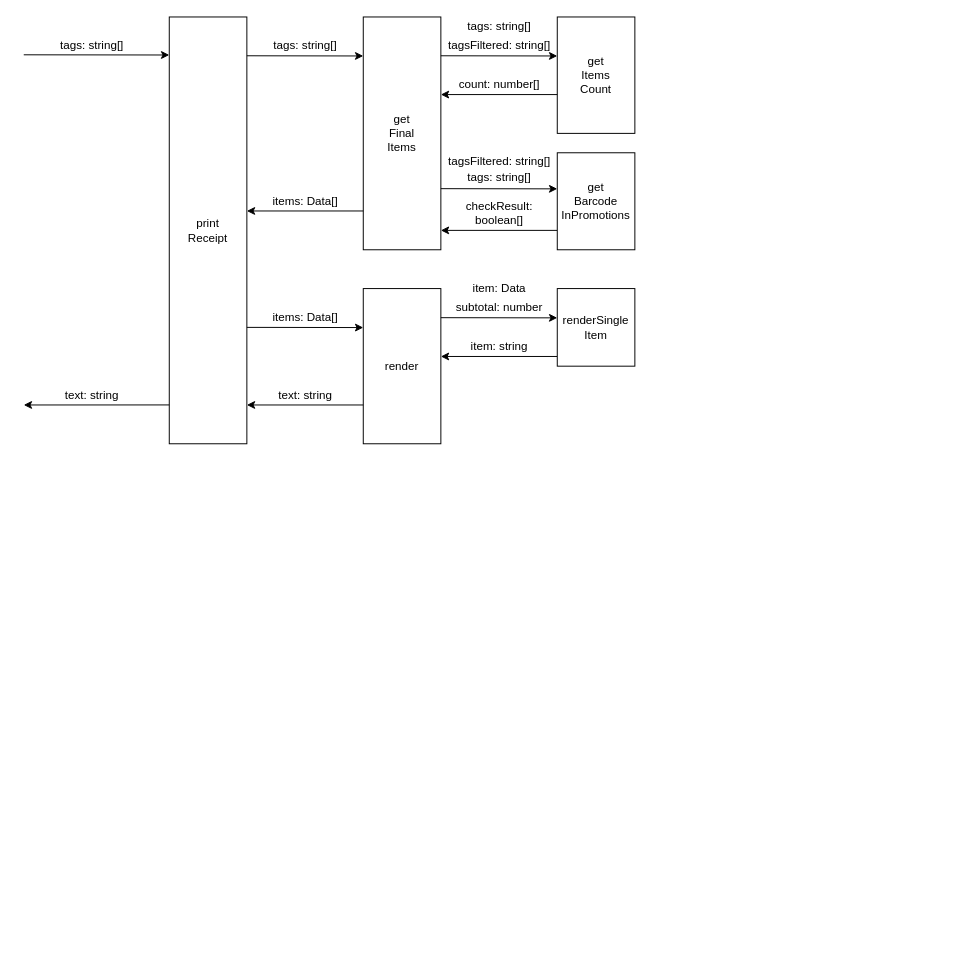
This is thoughtswork/pos.drawio from DDDAZ/demo, a draw.io file, before an edit. Source tidied: cells renumbered, new cells numbered last; positions are measured from the earlier drawing's top-left corner, leaving out a move shared by most shapes. Both pictures are drawn from the tidied source at 97%, with x=0, y=0 at pixel (23, 16).
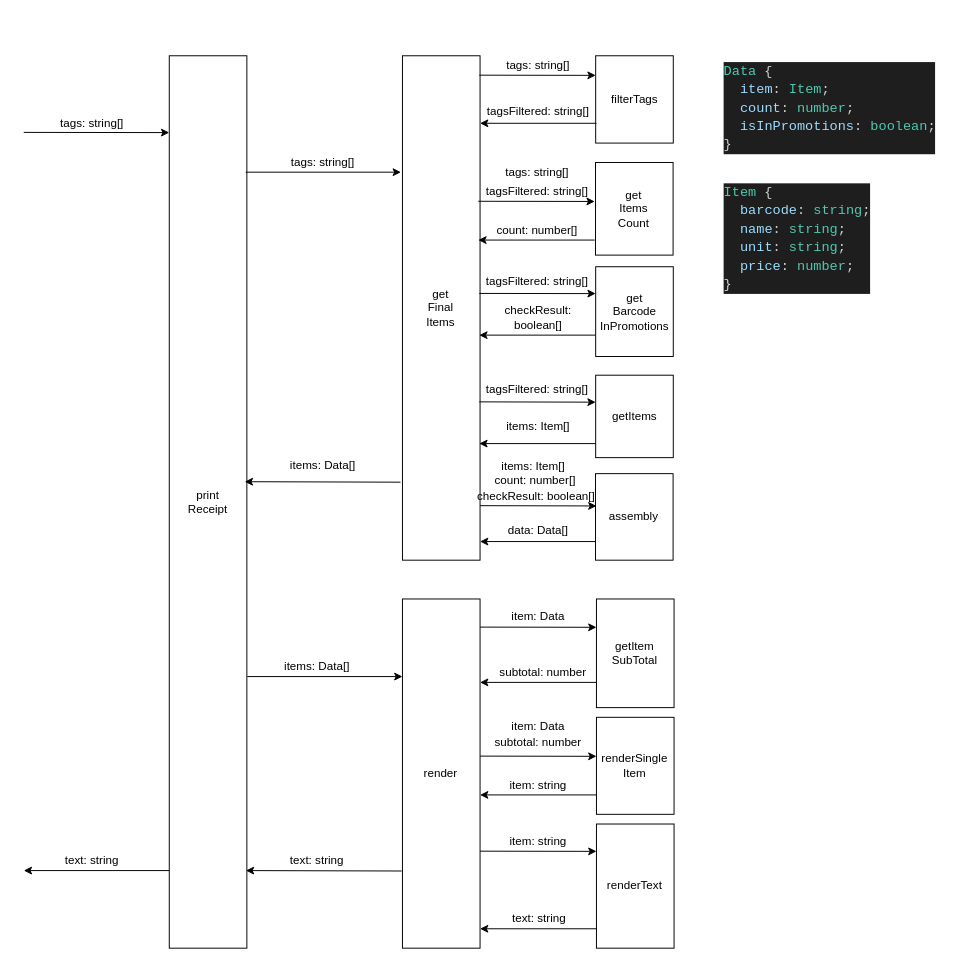
Above is the later version.

What changed in the source:
```diff
@@
     <mxCell id="2" value="print&lt;br&gt;Receipt" style="rounded=0;whiteSpace=wrap;html=1;" parent="1" vertex="1">
-      <mxGeometry x="150" width="80" height="440" as="geometry" />
+      <mxGeometry x="150" y="40" width="80" height="920" as="geometry" />
     </mxCell>
     <mxCell id="3" style="endArrow=classic;html=1;entryX=-0.033;entryY=0.096;entryDx=0;entryDy=0;entryPerimeter=0;" parent="1" edge="1">
       <mxGeometry relative="1" as="geometry">
-        <mxPoint y="39" as="sourcePoint" />
-        <mxPoint x="150" y="39.2" as="targetPoint" />
+        <mxPoint y="119" as="sourcePoint" />
+        <mxPoint x="150" y="119.2" as="targetPoint" />
       </mxGeometry>
     </mxCell>
     <mxCell id="4" value="tags: string[]" style="text;html=1;align=center;verticalAlign=middle;" parent="1" vertex="1">
-      <mxGeometry x="30" y="20" width="80" height="20" as="geometry" />
+      <mxGeometry x="30" y="100" width="80" height="20" as="geometry" />
     </mxCell>
-    <mxCell id="5" style="endArrow=classic;html=1;exitX=0;exitY=0.909;exitDx=0;exitDy=0;exitPerimeter=0;" parent="1" edge="1" source="2">
+    <mxCell id="5" style="endArrow=classic;html=1;" parent="1" edge="1">
       <mxGeometry relative="1" as="geometry">
-        <mxPoint y="400" as="targetPoint" />
+        <mxPoint x="150" y="880" as="sourcePoint" />
+        <mxPoint y="880" as="targetPoint" />
       </mxGeometry>
     </mxCell>
     <mxCell id="6" value="text: string" style="text;html=1;align=center;verticalAlign=middle;" parent="1" vertex="1">
-      <mxGeometry x="35" y="380" width="70" height="20" as="geometry" />
+      <mxGeometry x="35" y="860" width="70" height="20" as="geometry" />
     </mxCell>
     <mxCell id="7" value="get&lt;br&gt;Final&lt;br&gt;Items" style="rounded=0;whiteSpace=wrap;html=1;" parent="1" vertex="1">
-      <mxGeometry x="350" width="80" height="240" as="geometry" />
+      <mxGeometry x="390.4" y="40" width="80" height="520" as="geometry" />
     </mxCell>
     <mxCell id="8" value="render" style="rounded=0;whiteSpace=wrap;html=1;" parent="1" vertex="1">
-      <mxGeometry x="350" y="280" width="80" height="160" as="geometry" />
+      <mxGeometry x="390.4" y="600" width="80" height="360" as="geometry" />
     </mxCell>
-    <mxCell id="9" style="endArrow=classic;html=1;entryX=-0.033;entryY=0.096;entryDx=0;entryDy=0;entryPerimeter=0;" parent="1" edge="1">
-      <mxGeometry relative="1" as="geometry">
-        <mxPoint x="230" y="40" as="sourcePoint" />
-        <mxPoint x="350" y="40.2" as="targetPoint" />
-      </mxGeometry>
-    </mxCell>
-    <mxCell id="10" style="endArrow=classic;html=1;exitX=0;exitY=0.909;exitDx=0;exitDy=0;exitPerimeter=0;" parent="1" edge="1">
-      <mxGeometry relative="1" as="geometry">
-        <mxPoint x="350" y="200" as="sourcePoint" />
-        <mxPoint x="230" y="200" as="targetPoint" />
-      </mxGeometry>
-    </mxCell>
     <mxCell id="11" value="tags: string[]" style="text;html=1;align=center;verticalAlign=middle;" parent="1" vertex="1">
-      <mxGeometry x="250" y="20" width="80" height="20" as="geometry" />
+      <mxGeometry x="268.1" y="140" width="80" height="20" as="geometry" />
     </mxCell>
     <mxCell id="12" value="items: Data[]" style="text;html=1;align=center;verticalAlign=middle;" parent="1" vertex="1">
-      <mxGeometry x="250" y="180" width="80" height="20" as="geometry" />
+      <mxGeometry x="268.1" y="452.8" width="80" height="20" as="geometry" />
     </mxCell>
-    <mxCell id="13" style="endArrow=classic;html=1;entryX=-0.033;entryY=0.096;entryDx=0;entryDy=0;entryPerimeter=0;" parent="1" edge="1">
+    <mxCell id="13" style="endArrow=classic;html=1;" parent="1" edge="1">
       <mxGeometry relative="1" as="geometry">
-        <mxPoint x="230" y="320" as="sourcePoint" />
-        <mxPoint x="350" y="320.2" as="targetPoint" />
+        <mxPoint x="230.4" y="680" as="sourcePoint" />
+        <mxPoint x="390.4" y="680" as="targetPoint" />
       </mxGeometry>
     </mxCell>
-    <mxCell id="14" style="endArrow=classic;html=1;exitX=0;exitY=0.909;exitDx=0;exitDy=0;exitPerimeter=0;" parent="1" edge="1">
+    <mxCell id="14" style="endArrow=classic;html=1;exitX=-0.01;exitY=0.779;exitDx=0;exitDy=0;exitPerimeter=0;entryX=0.983;entryY=0.9;entryDx=0;entryDy=0;entryPerimeter=0;" parent="1" edge="1" source="8">
       <mxGeometry relative="1" as="geometry">
-        <mxPoint x="350" y="400" as="sourcePoint" />
-        <mxPoint x="230" y="400" as="targetPoint" />
+        <mxPoint x="229" y="880" as="targetPoint" />
       </mxGeometry>
     </mxCell>
     <mxCell id="15" value="text: string" style="text;html=1;align=center;verticalAlign=middle;" parent="1" vertex="1">
-      <mxGeometry x="255" y="380" width="70" height="20" as="geometry" />
+      <mxGeometry x="267.1" y="860" width="70" height="20" as="geometry" />
     </mxCell>
     <mxCell id="16" value="get&lt;br&gt;Items&lt;br&gt;Count" style="rounded=0;whiteSpace=wrap;html=1;" parent="1" vertex="1">
-      <mxGeometry x="550" width="80" height="120" as="geometry" />
+      <mxGeometry x="589.4" y="150" width="80" height="95.5" as="geometry" />
     </mxCell>
     <mxCell id="17" style="endArrow=classic;html=1;entryX=-0.033;entryY=0.096;entryDx=0;entryDy=0;entryPerimeter=0;" parent="1" edge="1">
       <mxGeometry relative="1" as="geometry">
-        <mxPoint x="430" y="40" as="sourcePoint" />
-        <mxPoint x="550" y="40.2" as="targetPoint" />
+        <mxPoint x="468.6" y="190" as="sourcePoint" />
+        <mxPoint x="588.6" y="190.2" as="targetPoint" />
       </mxGeometry>
     </mxCell>
     <mxCell id="18" style="endArrow=classic;html=1;exitX=0;exitY=0.909;exitDx=0;exitDy=0;exitPerimeter=0;" parent="1" edge="1">
       <mxGeometry relative="1" as="geometry">
-        <mxPoint x="550" y="220" as="sourcePoint" />
-        <mxPoint x="430" y="220" as="targetPoint" />
+        <mxPoint x="589.6" y="328" as="sourcePoint" />
+        <mxPoint x="469.6" y="328" as="targetPoint" />
       </mxGeometry>
     </mxCell>
     <mxCell id="19" value="tags: string[]" style="text;html=1;align=center;verticalAlign=middle;" parent="1" vertex="1">
-      <mxGeometry x="450" width="80" height="20" as="geometry" />
+      <mxGeometry x="488.6" y="150" width="80" height="20" as="geometry" />
     </mxCell>
     <mxCell id="20" value="checkResult:&lt;br&gt;boolean[]" style="text;html=1;align=center;verticalAlign=middle;" parent="1" vertex="1">
-      <mxGeometry x="450" y="187" width="80" height="30" as="geometry" />
+      <mxGeometry x="489.6" y="295" width="80" height="30" as="geometry" />
     </mxCell>
     <mxCell id="21" value="get&lt;br&gt;Barcode&lt;br&gt;InPromotions" style="rounded=0;whiteSpace=wrap;html=1;" parent="1" vertex="1">
-      <mxGeometry x="550" y="140" width="80" height="100" as="geometry" />
+      <mxGeometry x="589.6" y="257.5" width="80" height="92.5" as="geometry" />
     </mxCell>
     <mxCell id="22" style="endArrow=classic;html=1;exitX=0;exitY=0.909;exitDx=0;exitDy=0;exitPerimeter=0;" parent="1" edge="1">
       <mxGeometry relative="1" as="geometry">
-        <mxPoint x="550" y="350" as="sourcePoint" />
-        <mxPoint x="430" y="350" as="targetPoint" />
+        <mxPoint x="590.4" y="802" as="sourcePoint" />
+        <mxPoint x="470.4" y="802" as="targetPoint" />
       </mxGeometry>
     </mxCell>
     <mxCell id="23" value="item: string" style="text;html=1;align=center;verticalAlign=middle;" parent="1" vertex="1">
-      <mxGeometry x="455" y="330" width="70" height="20" as="geometry" />
+      <mxGeometry x="495.4" y="782" width="70" height="20" as="geometry" />
     </mxCell>
     <mxCell id="24" value="renderSingle&lt;br&gt;Item" style="rounded=0;whiteSpace=wrap;html=1;" parent="1" vertex="1">
-      <mxGeometry x="550" y="280" width="80" height="80" as="geometry" />
+      <mxGeometry x="590.4" y="722" width="80" height="100" as="geometry" />
     </mxCell>
     <mxCell id="25" style="endArrow=classic;html=1;exitX=0;exitY=0.909;exitDx=0;exitDy=0;exitPerimeter=0;" parent="1" edge="1">
       <mxGeometry relative="1" as="geometry">
-        <mxPoint x="550" y="80" as="sourcePoint" />
-        <mxPoint x="430" y="80" as="targetPoint" />
+        <mxPoint x="588.6" y="230" as="sourcePoint" />
+        <mxPoint x="468.6" y="230" as="targetPoint" />
       </mxGeometry>
     </mxCell>
     <mxCell id="26" value="count: number[]" style="text;html=1;align=center;verticalAlign=middle;" parent="1" vertex="1">
-      <mxGeometry x="440" y="60" width="100" height="20" as="geometry" />
+      <mxGeometry x="478.6" y="210" width="100" height="20" as="geometry" />
     </mxCell>
     <mxCell id="27" value="tagsFiltered: string[]" style="text;html=1;align=center;verticalAlign=middle;" parent="1" vertex="1">
-      <mxGeometry x="430" y="20" width="120" height="20" as="geometry" />
+      <mxGeometry x="468.6" y="170" width="120" height="20" as="geometry" />
     </mxCell>
     <mxCell id="28" style="endArrow=classic;html=1;entryX=-0.033;entryY=0.096;entryDx=0;entryDy=0;entryPerimeter=0;" parent="1" edge="1">
       <mxGeometry relative="1" as="geometry">
-        <mxPoint x="430" y="177" as="sourcePoint" />
-        <mxPoint x="550" y="177.2" as="targetPoint" />
+        <mxPoint x="469.6" y="285" as="sourcePoint" />
+        <mxPoint x="589.6" y="285.2" as="targetPoint" />
       </mxGeometry>
     </mxCell>
-    <mxCell id="29" value="tags: string[]" style="text;html=1;align=center;verticalAlign=middle;" parent="1" vertex="1">
-      <mxGeometry x="450" y="156" width="80" height="20" as="geometry" />
-    </mxCell>
     <mxCell id="30" value="tagsFiltered: string[]" style="text;html=1;align=center;verticalAlign=middle;" parent="1" vertex="1">
-      <mxGeometry x="430" y="139" width="120" height="20" as="geometry" />
+      <mxGeometry x="468.9" y="262.5" width="120" height="20" as="geometry" />
     </mxCell>
     <mxCell id="31" style="endArrow=classic;html=1;entryX=-0.033;entryY=0.096;entryDx=0;entryDy=0;entryPerimeter=0;" parent="1" edge="1">
       <mxGeometry relative="1" as="geometry">
-        <mxPoint x="430" y="310" as="sourcePoint" />
-        <mxPoint x="550" y="310.2" as="targetPoint" />
+        <mxPoint x="470.4" y="762" as="sourcePoint" />
+        <mxPoint x="590.4" y="762.2" as="targetPoint" />
       </mxGeometry>
     </mxCell>
     <mxCell id="32" value="item: Data" style="text;html=1;align=center;verticalAlign=middle;" parent="1" vertex="1">
-      <mxGeometry x="455" y="270" width="70" height="20" as="geometry" />
+      <mxGeometry x="495.4" y="722" width="70" height="20" as="geometry" />
     </mxCell>
     <mxCell id="33" value="subtotal: number" style="text;html=1;align=center;verticalAlign=middle;" parent="1" vertex="1">
-      <mxGeometry x="435" y="290" width="110" height="20" as="geometry" />
+      <mxGeometry x="475.4" y="738" width="110" height="20" as="geometry" />
     </mxCell>
     <mxCell id="34" value="items: Data[]" style="text;html=1;align=center;verticalAlign=middle;" parent="1" vertex="1">
-      <mxGeometry x="250" y="300" width="80" height="20" as="geometry" />
+      <mxGeometry x="262.1" y="660" width="80" height="20" as="geometry" />
     </mxCell>
+    <mxCell id="35" value="&lt;div style=&quot;color: rgb(212, 212, 212); background-color: rgb(30, 30, 30); font-family: consolas, &amp;quot;courier new&amp;quot;, monospace; font-weight: normal; font-size: 14px; line-height: 19px;&quot;&gt;&lt;div&gt;&lt;span style=&quot;color: #4ec9b0&quot;&gt;Data&lt;/span&gt;&lt;span style=&quot;color: #d4d4d4&quot;&gt;&amp;nbsp;{&lt;/span&gt;&lt;/div&gt;&lt;div&gt;&lt;span style=&quot;color: #d4d4d4&quot;&gt;&amp;nbsp;&amp;nbsp;&lt;/span&gt;&lt;span style=&quot;color: #9cdcfe&quot;&gt;item&lt;/span&gt;&lt;span style=&quot;color: #d4d4d4&quot;&gt;:&amp;nbsp;&lt;/span&gt;&lt;span style=&quot;color: #4ec9b0&quot;&gt;Item&lt;/span&gt;&lt;span style=&quot;color: #d4d4d4&quot;&gt;;&lt;/span&gt;&lt;/div&gt;&lt;div&gt;&lt;span style=&quot;color: #d4d4d4&quot;&gt;&amp;nbsp;&amp;nbsp;&lt;/span&gt;&lt;span style=&quot;color: #9cdcfe&quot;&gt;count&lt;/span&gt;&lt;span style=&quot;color: #d4d4d4&quot;&gt;:&amp;nbsp;&lt;/span&gt;&lt;span style=&quot;color: #4ec9b0&quot;&gt;number&lt;/span&gt;&lt;span style=&quot;color: #d4d4d4&quot;&gt;;&lt;/span&gt;&lt;/div&gt;&lt;div&gt;&lt;span style=&quot;color: #d4d4d4&quot;&gt;&amp;nbsp;&amp;nbsp;&lt;/span&gt;&lt;span style=&quot;color: #9cdcfe&quot;&gt;isInPromotions&lt;/span&gt;&lt;span style=&quot;color: #d4d4d4&quot;&gt;:&amp;nbsp;&lt;/span&gt;&lt;span style=&quot;color: #4ec9b0&quot;&gt;boolean&lt;/span&gt;&lt;span style=&quot;color: #d4d4d4&quot;&gt;;&lt;/span&gt;&lt;/div&gt;&lt;div&gt;&lt;span style=&quot;color: #d4d4d4&quot;&gt;}&lt;/span&gt;&lt;/div&gt;&lt;/div&gt;" style="text;whiteSpace=wrap;html=1;" parent="1" vertex="1">
+      <mxGeometry x="720" y="40" width="230" height="110" as="geometry" />
+    </mxCell>
+    <mxCell id="36" style="endArrow=classic;html=1;exitX=0;exitY=0.909;exitDx=0;exitDy=0;exitPerimeter=0;" parent="1" edge="1">
+      <mxGeometry relative="1" as="geometry">
+        <mxPoint x="590.4" y="686" as="sourcePoint" />
+        <mxPoint x="470.4" y="686" as="targetPoint" />
+      </mxGeometry>
+    </mxCell>
+    <mxCell id="37" value="getItem&lt;br&gt;SubTotal" style="rounded=0;whiteSpace=wrap;html=1;" parent="1" vertex="1">
+      <mxGeometry x="590.4" y="600" width="80" height="112" as="geometry" />
+    </mxCell>
+    <mxCell id="38" style="endArrow=classic;html=1;entryX=-0.033;entryY=0.096;entryDx=0;entryDy=0;entryPerimeter=0;" parent="1" edge="1">
+      <mxGeometry relative="1" as="geometry">
+        <mxPoint x="470.4" y="629" as="sourcePoint" />
+        <mxPoint x="590.4" y="629.2" as="targetPoint" />
+      </mxGeometry>
+    </mxCell>
+    <mxCell id="39" value="item: Data" style="text;html=1;align=center;verticalAlign=middle;" parent="1" vertex="1">
+      <mxGeometry x="495.4" y="607.6" width="70" height="20" as="geometry" />
+    </mxCell>
+    <mxCell id="40" value="&lt;div style=&quot;color: rgb(212, 212, 212); background-color: rgb(30, 30, 30); font-family: consolas, &amp;quot;courier new&amp;quot;, monospace; font-weight: normal; font-size: 14px; line-height: 19px;&quot;&gt;&lt;div&gt;&lt;span style=&quot;color: #4ec9b0&quot;&gt;Item&lt;/span&gt;&lt;span style=&quot;color: #d4d4d4&quot;&gt;&amp;nbsp;{&lt;/span&gt;&lt;/div&gt;&lt;div&gt;&lt;span style=&quot;color: #d4d4d4&quot;&gt;&amp;nbsp;&amp;nbsp;&lt;/span&gt;&lt;span style=&quot;color: #9cdcfe&quot;&gt;barcode&lt;/span&gt;&lt;span style=&quot;color: #d4d4d4&quot;&gt;:&amp;nbsp;&lt;/span&gt;&lt;span style=&quot;color: #4ec9b0&quot;&gt;string&lt;/span&gt;&lt;span style=&quot;color: #d4d4d4&quot;&gt;;&lt;/span&gt;&lt;/div&gt;&lt;div&gt;&lt;span style=&quot;color: #d4d4d4&quot;&gt;&amp;nbsp;&amp;nbsp;&lt;/span&gt;&lt;span style=&quot;color: #9cdcfe&quot;&gt;name&lt;/span&gt;&lt;span style=&quot;color: #d4d4d4&quot;&gt;:&amp;nbsp;&lt;/span&gt;&lt;span style=&quot;color: #4ec9b0&quot;&gt;string&lt;/span&gt;&lt;span style=&quot;color: #d4d4d4&quot;&gt;;&lt;/span&gt;&lt;/div&gt;&lt;div&gt;&lt;span style=&quot;color: #d4d4d4&quot;&gt;&amp;nbsp;&amp;nbsp;&lt;/span&gt;&lt;span style=&quot;color: #9cdcfe&quot;&gt;unit&lt;/span&gt;&lt;span style=&quot;color: #d4d4d4&quot;&gt;:&amp;nbsp;&lt;/span&gt;&lt;span style=&quot;color: #4ec9b0&quot;&gt;string&lt;/span&gt;&lt;span style=&quot;color: #d4d4d4&quot;&gt;;&lt;/span&gt;&lt;/div&gt;&lt;div&gt;&lt;span style=&quot;color: #d4d4d4&quot;&gt;&amp;nbsp;&amp;nbsp;&lt;/span&gt;&lt;span style=&quot;color: #9cdcfe&quot;&gt;price&lt;/span&gt;&lt;span style=&quot;color: #d4d4d4&quot;&gt;:&amp;nbsp;&lt;/span&gt;&lt;span style=&quot;color: #4ec9b0&quot;&gt;number&lt;/span&gt;&lt;span style=&quot;color: #d4d4d4&quot;&gt;;&lt;/span&gt;&lt;/div&gt;&lt;div&gt;&lt;span style=&quot;color: #d4d4d4&quot;&gt;}&lt;/span&gt;&lt;/div&gt;&lt;/div&gt;" style="text;whiteSpace=wrap;html=1;" parent="1" vertex="1">
+      <mxGeometry x="720" y="165" width="160" height="130" as="geometry" />
+    </mxCell>
+    <mxCell id="41" style="endArrow=classic;html=1;exitX=0;exitY=0.909;exitDx=0;exitDy=0;exitPerimeter=0;" parent="1" edge="1">
+      <mxGeometry relative="1" as="geometry">
+        <mxPoint x="590.4" y="540.8" as="sourcePoint" />
+        <mxPoint x="470.4" y="540.8" as="targetPoint" />
+      </mxGeometry>
+    </mxCell>
+    <mxCell id="42" value="data: Data[]" style="text;html=1;align=center;verticalAlign=middle;" parent="1" vertex="1">
+      <mxGeometry x="490.4" y="518.8" width="80" height="20" as="geometry" />
+    </mxCell>
+    <mxCell id="43" value="assembly" style="rounded=0;whiteSpace=wrap;html=1;" parent="1" vertex="1">
+      <mxGeometry x="589.4" y="470.8" width="80" height="89.2" as="geometry" />
+    </mxCell>
+    <mxCell id="44" style="endArrow=classic;html=1;entryX=-0.033;entryY=0.096;entryDx=0;entryDy=0;entryPerimeter=0;" parent="1" edge="1">
+      <mxGeometry relative="1" as="geometry">
+        <mxPoint x="470.4" y="503.8" as="sourcePoint" />
+        <mxPoint x="590.4" y="504.1" as="targetPoint" />
+      </mxGeometry>
+    </mxCell>
+    <mxCell id="45" value="count: number[]" style="text;html=1;align=center;verticalAlign=middle;" parent="1" vertex="1">
+      <mxGeometry x="477.4" y="467.8" width="100" height="20" as="geometry" />
+    </mxCell>
+    <mxCell id="46" value="items: Item[]" style="text;html=1;align=center;verticalAlign=middle;" parent="1" vertex="1">
+      <mxGeometry x="485.4" y="454.3" width="80" height="20" as="geometry" />
+    </mxCell>
+    <mxCell id="47" value="checkResult: boolean[]" style="text;html=1;align=center;verticalAlign=middle;" parent="1" vertex="1">
+      <mxGeometry x="458.4" y="483.8" width="140" height="20" as="geometry" />
+    </mxCell>
+    <mxCell id="48" value="subtotal: number" style="text;html=1;align=center;verticalAlign=middle;" parent="1" vertex="1">
+      <mxGeometry x="480.4" y="666" width="110" height="20" as="geometry" />
+    </mxCell>
+    <mxCell id="49" style="endArrow=classic;html=1;exitX=0;exitY=0.909;exitDx=0;exitDy=0;exitPerimeter=0;" parent="1" edge="1">
+      <mxGeometry relative="1" as="geometry">
+        <mxPoint x="590.4" y="940" as="sourcePoint" />
+        <mxPoint x="470.4" y="940" as="targetPoint" />
+      </mxGeometry>
+    </mxCell>
+    <mxCell id="50" value="text: string" style="text;html=1;align=center;verticalAlign=middle;" parent="1" vertex="1">
+      <mxGeometry x="496.4" y="920" width="70" height="20" as="geometry" />
+    </mxCell>
+    <mxCell id="51" value="renderText" style="rounded=0;whiteSpace=wrap;html=1;" parent="1" vertex="1">
+      <mxGeometry x="590.4" y="832" width="80" height="128" as="geometry" />
+    </mxCell>
+    <mxCell id="52" style="endArrow=classic;html=1;entryX=-0.033;entryY=0.096;entryDx=0;entryDy=0;entryPerimeter=0;" parent="1" edge="1">
+      <mxGeometry relative="1" as="geometry">
+        <mxPoint x="470.4" y="860" as="sourcePoint" />
+        <mxPoint x="590.4" y="860.2" as="targetPoint" />
+      </mxGeometry>
+    </mxCell>
+    <mxCell id="53" value="item: string" style="text;html=1;align=center;verticalAlign=middle;" parent="1" vertex="1">
+      <mxGeometry x="495.4" y="840" width="70" height="20" as="geometry" />
+    </mxCell>
+    <mxCell id="54" value="filterTags" style="rounded=0;whiteSpace=wrap;html=1;" parent="1" vertex="1">
+      <mxGeometry x="589.6" y="40" width="80" height="90" as="geometry" />
+    </mxCell>
+    <mxCell id="55" style="endArrow=classic;html=1;entryX=-0.033;entryY=0.096;entryDx=0;entryDy=0;entryPerimeter=0;" parent="1" edge="1">
+      <mxGeometry relative="1" as="geometry">
+        <mxPoint x="469.6" y="60" as="sourcePoint" />
+        <mxPoint x="589.6" y="60.2" as="targetPoint" />
+      </mxGeometry>
+    </mxCell>
+    <mxCell id="29" value="tags: string[]" style="text;html=1;align=center;verticalAlign=middle;" parent="1" vertex="1">
+      <mxGeometry x="489.6" y="40" width="80" height="20" as="geometry" />
+    </mxCell>
+    <mxCell id="56" style="endArrow=classic;html=1;exitX=0;exitY=0.909;exitDx=0;exitDy=0;exitPerimeter=0;" parent="1" edge="1">
+      <mxGeometry relative="1" as="geometry">
+        <mxPoint x="590.4" y="109.6" as="sourcePoint" />
+        <mxPoint x="470.4" y="109.6" as="targetPoint" />
+      </mxGeometry>
+    </mxCell>
+    <mxCell id="57" value="tagsFiltered: string[]" style="text;html=1;align=center;verticalAlign=middle;" parent="1" vertex="1">
+      <mxGeometry x="470.4" y="88" width="120" height="20" as="geometry" />
+    </mxCell>
+    <mxCell id="58" style="endArrow=classic;html=1;exitX=0;exitY=0.909;exitDx=0;exitDy=0;exitPerimeter=0;" parent="1" edge="1">
+      <mxGeometry relative="1" as="geometry">
+        <mxPoint x="589.6" y="439.8" as="sourcePoint" />
+        <mxPoint x="469.6" y="439.8" as="targetPoint" />
+      </mxGeometry>
+    </mxCell>
+    <mxCell id="59" value="items: Item[]" style="text;html=1;align=center;verticalAlign=middle;" parent="1" vertex="1">
+      <mxGeometry x="489.6" y="411.8" width="80" height="20" as="geometry" />
+    </mxCell>
+    <mxCell id="60" value="getItems" style="rounded=0;whiteSpace=wrap;html=1;" parent="1" vertex="1">
+      <mxGeometry x="589.6" y="369.3" width="80" height="85" as="geometry" />
+    </mxCell>
+    <mxCell id="61" style="endArrow=classic;html=1;entryX=-0.033;entryY=0.096;entryDx=0;entryDy=0;entryPerimeter=0;" parent="1" edge="1">
+      <mxGeometry relative="1" as="geometry">
+        <mxPoint x="469.6" y="396.8" as="sourcePoint" />
+        <mxPoint x="589.6" y="397.1" as="targetPoint" />
+      </mxGeometry>
+    </mxCell>
+    <mxCell id="62" value="tagsFiltered: string[]" style="text;html=1;align=center;verticalAlign=middle;" parent="1" vertex="1">
+      <mxGeometry x="468.9" y="374.3" width="120" height="20" as="geometry" />
+    </mxCell>
+    <mxCell id="63" style="endArrow=classic;html=1;" parent="1" edge="1">
+      <mxGeometry relative="1" as="geometry">
+        <mxPoint x="228.8" y="160" as="sourcePoint" />
+        <mxPoint x="388.8" y="160" as="targetPoint" />
+      </mxGeometry>
+    </mxCell>
+    <mxCell id="64" style="endArrow=classic;html=1;exitX=-0.01;exitY=0.779;exitDx=0;exitDy=0;exitPerimeter=0;entryX=0.983;entryY=0.9;entryDx=0;entryDy=0;entryPerimeter=0;" parent="1" edge="1">
+      <mxGeometry relative="1" as="geometry">
+        <mxPoint x="388.4" y="479.6" as="sourcePoint" />
+        <mxPoint x="227.8" y="479.1" as="targetPoint" />
+      </mxGeometry>
+    </mxCell>
```
